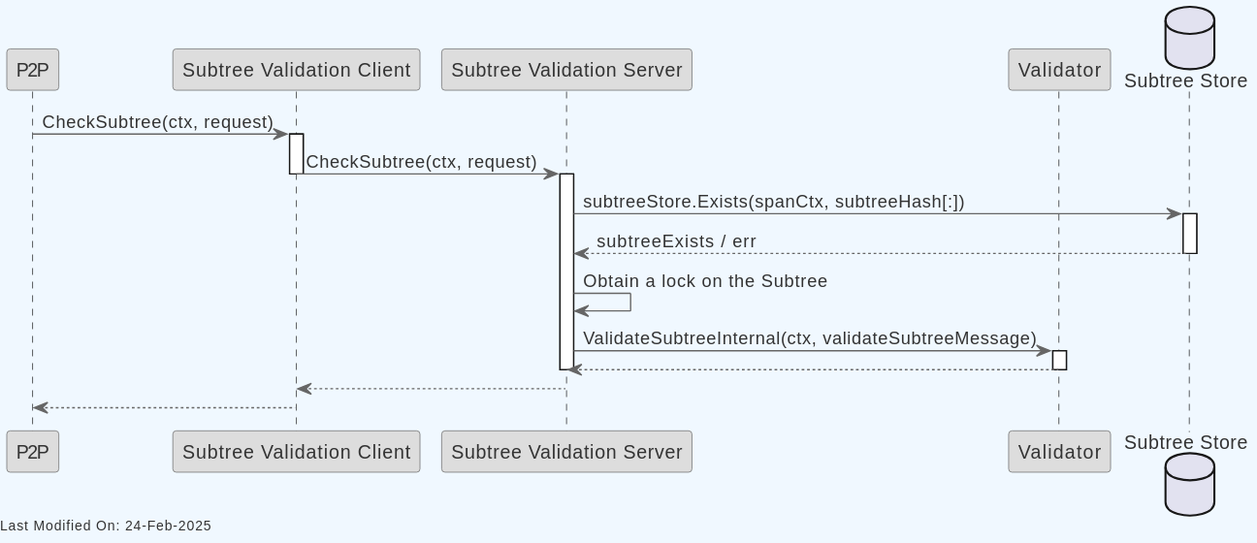
freemans13/teranode keeps this PlantUML diagram as docs/topics/services/img/plantuml/subtreevalidation/subtree_validation_subtree_found.svg. Above is the earlier version. Its source is kept beside it as docs/topics/services/img/plantuml/subtreevalidation/subtree_validation_subtree_found.puml.
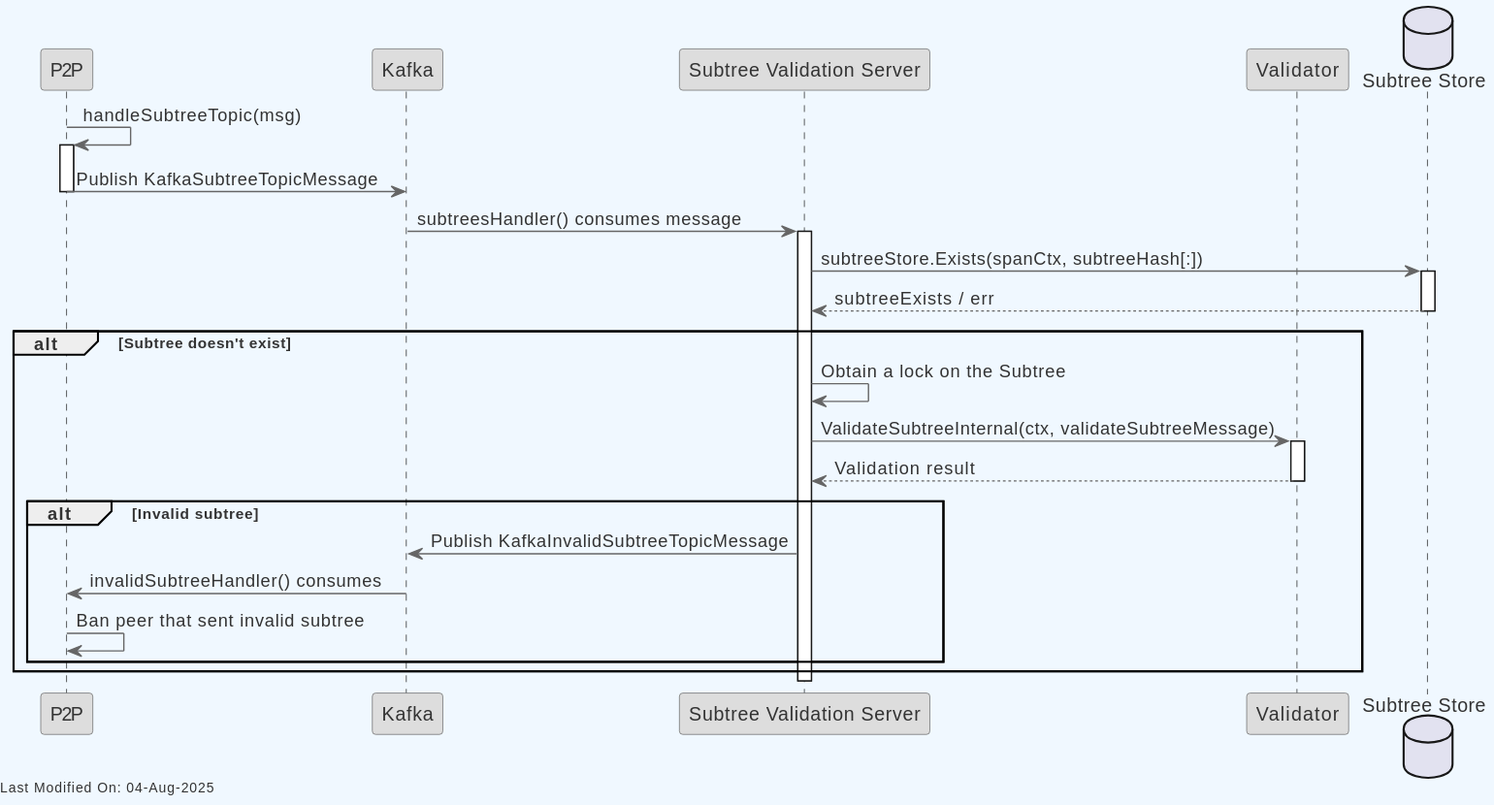
Above is the later version.

What changed in the source:
```diff
@@ -21,15 +21,17 @@
 
 
 participant "P2P" as P2P
-participant "Subtree Validation Client" as SVC
+participant "Kafka" as Kafka
 participant "Subtree Validation Server" as SVS
 participant "Validator" as Validator
 database "Subtree Store" as SubtreeStore
 
-P2P -> SVC: CheckSubtree(ctx, request)
-activate SVC
-SVC -> SVS: CheckSubtree(ctx, request)
-deactivate SVC
+P2P -> P2P: handleSubtreeTopic(msg)
+activate P2P
+P2P -> Kafka: Publish KafkaSubtreeTopicMessage
+deactivate P2P
+
+Kafka -> SVS: subtreesHandler() consumes message
 activate SVS
 
 SVS -> SubtreeStore: subtreeStore.Exists(spanCtx, subtreeHash[:])
@@ -37,17 +39,22 @@
 SubtreeStore --> SVS: subtreeExists / err
 deactivate SubtreeStore
 
-SVS -> SVS: Obtain a lock on the Subtree
+alt Subtree doesn't exist
+    SVS -> SVS: Obtain a lock on the Subtree
 
-SVS -> Validator: ValidateSubtreeInternal(ctx, validateSubtreeMessage)
-activate Validator
-Validator --> SVS
-deactivate Validator
+    SVS -> Validator: ValidateSubtreeInternal(ctx, validateSubtreeMessage)
+    activate Validator
+    Validator --> SVS: Validation result
+    deactivate Validator
+
+    alt Invalid subtree
+        SVS -> Kafka: Publish KafkaInvalidSubtreeTopicMessage
+        Kafka -> P2P: invalidSubtreeHandler() consumes
+        P2P -> P2P: Ban peer that sent invalid subtree
+    end
+end
+
 deactivate SVS
-
-deactivate Validator
-SVS --> SVC
-SVC --> P2P
 
 left footer Last Modified On: %date("dd-MMM-yyyy")
 
```
